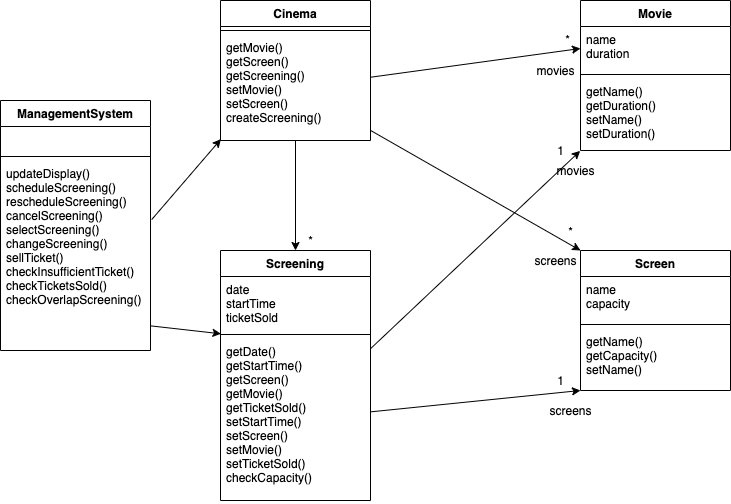
Before: Analysis/Sequency Diagram/ClassDiagram.drawio.png, a diagram exported from draw.io (echo-cool/COMP3013J-Object-Oriented-Design-Cinema-Management-and-Booking-System). Source tidied: cells renumbered, new cells last; positions are measured from the earlier drawing's top-left corner, leaving out a move shared by most shapes.
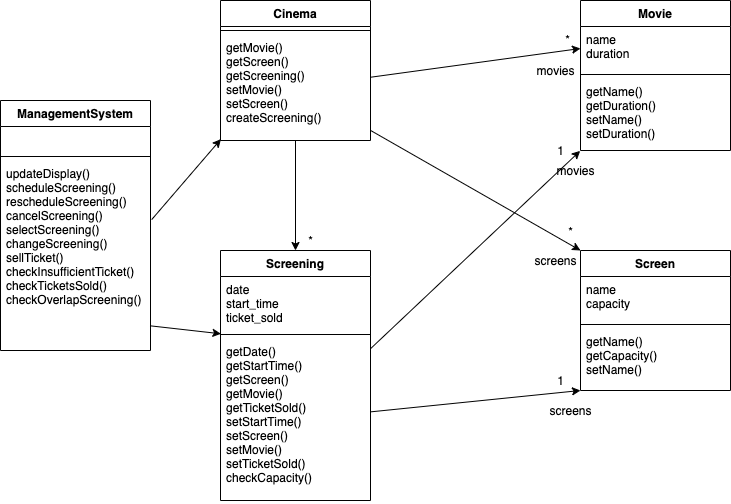
The same file after the commit.

Diff of the diagram source:
```diff
@@ -17,7 +17,7 @@
     <mxCell id="6" value="Screening" style="swimlane;fontStyle=1;align=center;verticalAlign=top;horizontal=1;startSize=26;" parent="1" vertex="1">
       <mxGeometry x="220" y="250" width="150" height="250" as="geometry" />
     </mxCell>
-    <mxCell id="7" value="date&#10;startTime&#10;ticketSold" style="text;strokeColor=none;fillColor=none;align=left;verticalAlign=top;spacingLeft=4;spacingRight=4;overflow=hidden;points=[[0,0.5],[1,0.5]];portConstraint=eastwest;" parent="6" vertex="1">
+    <mxCell id="7" value="date&#10;start_time&#10;ticket_sold" style="text;strokeColor=none;fillColor=none;align=left;verticalAlign=top;spacingLeft=4;spacingRight=4;overflow=hidden;points=[[0,0.5],[1,0.5]];portConstraint=eastwest;" parent="6" vertex="1">
       <mxGeometry y="26" width="150" height="54" as="geometry" />
     </mxCell>
     <mxCell id="8" style="line;strokeWidth=1;fillColor=none;align=left;verticalAlign=middle;spacingTop=-1;spacingLeft=3;spacingRight=3;labelPosition=right;" parent="6" vertex="1">
```
